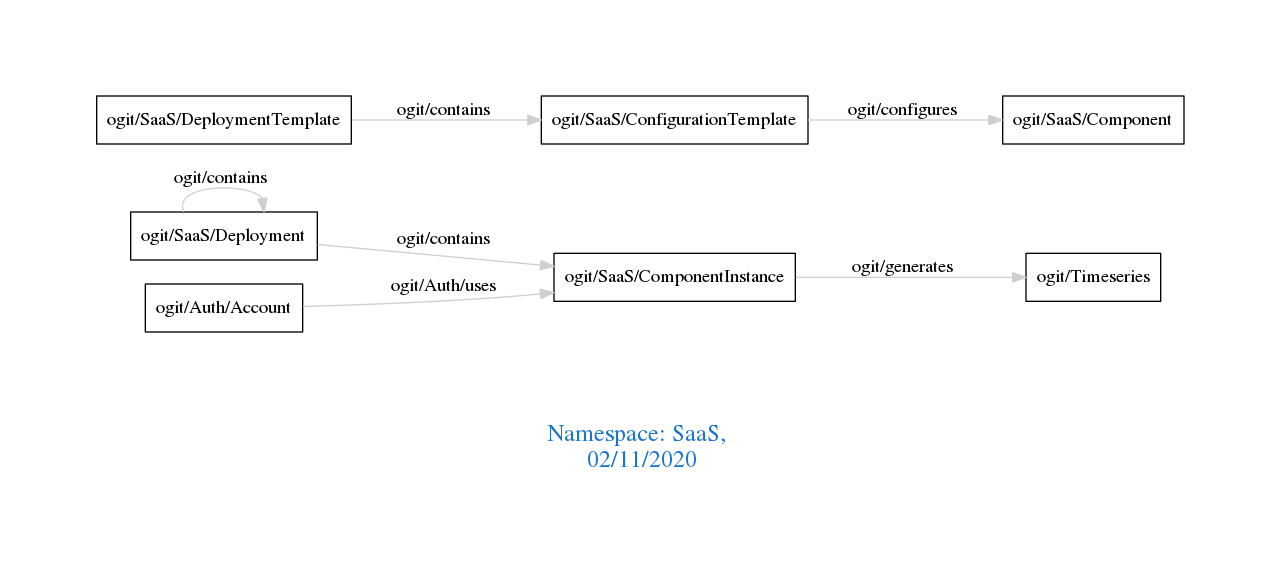
Above: downloads/SaaS.png in arago/OGIT (Graphviz), before the change. Its source is kept beside it as downloads/SaaS.dot. The source it was exported from:
```dot
digraph OGIT_ontology {
 graph [ rankdir= LR,pad=1
fontsize = 18,
fontcolor= dodgerblue3,label = "\n\n\nNamespace: SaaS, \n 02/11/2020"];
node[shape=polygon];
edge [  color="gray81"];

   "ogit/SaaS/Deployment" -> "ogit/SaaS/ComponentInstance" [label="   ogit/contains    "];
   "ogit/SaaS/DeploymentTemplate" -> "ogit/SaaS/ConfigurationTemplate" [label="   ogit/contains    "];
   "ogit/SaaS/ComponentInstance" -> "ogit/Timeseries" [label="   ogit/generates    "];
   "ogit/SaaS/ConfigurationTemplate" -> "ogit/SaaS/Component" [label="   ogit/configures    "];
   "ogit/Auth/Account" -> "ogit/SaaS/ComponentInstance" [label="   ogit/Auth/uses    "];
   "ogit/SaaS/Deployment" -> "ogit/SaaS/Deployment" [label="   ogit/contains    "];
}
```
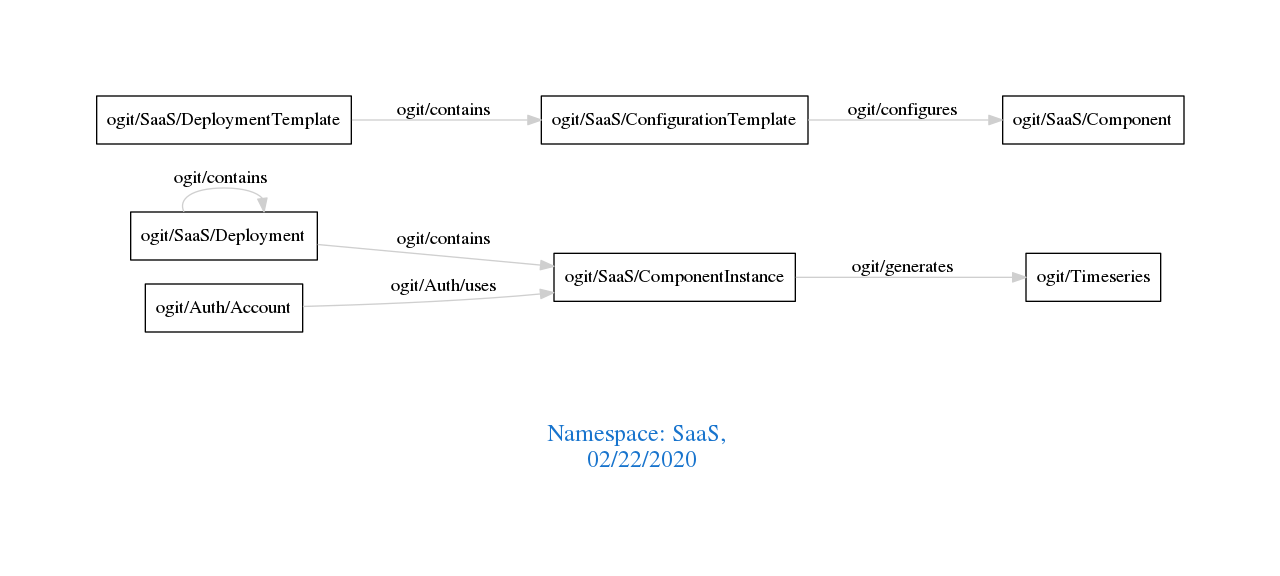
Above is the later version.

What changed in the source:
```diff
@@ -1,7 +1,7 @@
 digraph OGIT_ontology {
  graph [ rankdir= LR,pad=1
 fontsize = 18,
-fontcolor= dodgerblue3,label = "\n\n\nNamespace: SaaS, \n 02/11/2020"];
+fontcolor= dodgerblue3,label = "\n\n\nNamespace: SaaS, \n 02/22/2020"];
 node[shape=polygon];
 edge [  color="gray81"];
 
```
